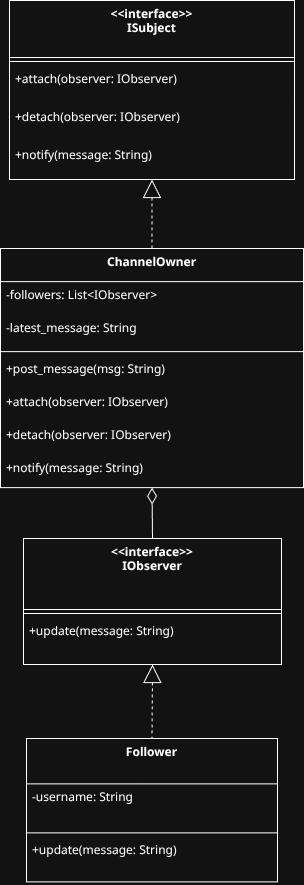
Above: final.drawio.png in NawadeepKhatri123/cs3610_2025f (draw.io), before the change. Source tidied: cells renumbered, new cells last; positions are measured from the earlier drawing's top-left corner, leaving out a move shared by most shapes. Its diagram source:
```xml
<mxGraphModel>
  <root>
    <mxCell id="0" />
    <mxCell id="1" parent="0" />
    <mxCell id="2" value="&lt;&lt;interface&gt;&gt;&#10;ISubject" style="swimlane;fontStyle=1;align=center;verticalAlign=top;horizontal=1;startSize=57;" parent="1" vertex="1">
      <mxGeometry x="9" width="285" height="179" as="geometry" />
    </mxCell>
    <mxCell id="3" style="line;strokeWidth=1;fillColor=none;align=left;verticalAlign=middle;spacingTop=-1;spacingLeft=3;spacingRight=3;labelPosition=right;strokeColor=inherit;" parent="2" vertex="1">
      <mxGeometry y="57" width="285" height="8" as="geometry" />
    </mxCell>
    <mxCell id="4" value="+attach(observer: IObserver)" style="text;strokeColor=none;fillColor=none;align=left;verticalAlign=top;spacingLeft=4;spacingRight=4;overflow=hidden;" parent="2" vertex="1">
      <mxGeometry y="65" width="285" height="38" as="geometry" />
    </mxCell>
    <mxCell id="5" value="+detach(observer: IObserver)" style="text;strokeColor=none;fillColor=none;align=left;verticalAlign=top;spacingLeft=4;spacingRight=4;overflow=hidden;" parent="2" vertex="1">
      <mxGeometry y="103" width="285" height="38" as="geometry" />
    </mxCell>
    <mxCell id="6" value="+notify(message: String)" style="text;strokeColor=none;fillColor=none;align=left;verticalAlign=top;spacingLeft=4;spacingRight=4;overflow=hidden;" parent="2" vertex="1">
      <mxGeometry y="141" width="285" height="38" as="geometry" />
    </mxCell>
    <mxCell id="7" value="&lt;&lt;interface&gt;&gt;&#10;IObserver" style="swimlane;fontStyle=1;align=center;verticalAlign=top;horizontal=1;startSize=71;" parent="1" vertex="1">
      <mxGeometry x="23" y="538" width="258" height="126" as="geometry" />
    </mxCell>
    <mxCell id="8" style="line;strokeWidth=1;fillColor=none;align=left;verticalAlign=middle;spacingTop=-1;spacingLeft=3;spacingRight=3;labelPosition=right;strokeColor=inherit;" parent="7" vertex="1">
      <mxGeometry y="71" width="258" height="8" as="geometry" />
    </mxCell>
    <mxCell id="9" value="+update(message: String)" style="text;strokeColor=none;fillColor=none;align=left;verticalAlign=top;spacingLeft=4;spacingRight=4;overflow=hidden;" parent="7" vertex="1">
      <mxGeometry y="79" width="258" height="47" as="geometry" />
    </mxCell>
    <mxCell id="10" value="ChannelOwner" style="swimlane;fontStyle=1;align=center;verticalAlign=top;horizontal=1;startSize=33.142857142857146;" parent="1" vertex="1">
      <mxGeometry y="248" width="303" height="239.1" as="geometry" />
    </mxCell>
    <mxCell id="11" value="-followers: List&lt;IObserver&gt;" style="text;strokeColor=none;fillColor=none;align=left;verticalAlign=top;spacingLeft=4;spacingRight=4;overflow=hidden;" parent="10" vertex="1">
      <mxGeometry y="33.1" width="303" height="33" as="geometry" />
    </mxCell>
    <mxCell id="12" value="-latest_message: String" style="text;strokeColor=none;fillColor=none;align=left;verticalAlign=top;spacingLeft=4;spacingRight=4;overflow=hidden;" parent="10" vertex="1">
      <mxGeometry y="66.1" width="303" height="33" as="geometry" />
    </mxCell>
    <mxCell id="13" style="line;strokeWidth=1;fillColor=none;align=left;verticalAlign=middle;spacingTop=-1;spacingLeft=3;spacingRight=3;labelPosition=right;strokeColor=inherit;" parent="10" vertex="1">
      <mxGeometry y="99.1" width="303" height="8" as="geometry" />
    </mxCell>
    <mxCell id="14" value="+post_message(msg: String)" style="text;strokeColor=none;fillColor=none;align=left;verticalAlign=top;spacingLeft=4;spacingRight=4;overflow=hidden;" parent="10" vertex="1">
      <mxGeometry y="107.1" width="303" height="33" as="geometry" />
    </mxCell>
    <mxCell id="15" value="+attach(observer: IObserver)" style="text;strokeColor=none;fillColor=none;align=left;verticalAlign=top;spacingLeft=4;spacingRight=4;overflow=hidden;" parent="10" vertex="1">
      <mxGeometry y="140.1" width="303" height="33" as="geometry" />
    </mxCell>
    <mxCell id="16" value="+detach(observer: IObserver)" style="text;strokeColor=none;fillColor=none;align=left;verticalAlign=top;spacingLeft=4;spacingRight=4;overflow=hidden;" parent="10" vertex="1">
      <mxGeometry y="173.1" width="303" height="33" as="geometry" />
    </mxCell>
    <mxCell id="17" value="+notify(message: String)" style="text;strokeColor=none;fillColor=none;align=left;verticalAlign=top;spacingLeft=4;spacingRight=4;overflow=hidden;" parent="10" vertex="1">
      <mxGeometry y="206.1" width="303" height="33" as="geometry" />
    </mxCell>
    <mxCell id="18" value="Follower" style="swimlane;fontStyle=1;align=center;verticalAlign=top;horizontal=1;startSize=45.333333333333336;" parent="1" vertex="1">
      <mxGeometry x="26" y="738" width="251" height="143.3" as="geometry" />
    </mxCell>
    <mxCell id="19" value="-username: String" style="text;strokeColor=none;fillColor=none;align=left;verticalAlign=top;spacingLeft=4;spacingRight=4;overflow=hidden;" parent="18" vertex="1">
      <mxGeometry y="45.3" width="251" height="45" as="geometry" />
    </mxCell>
    <mxCell id="20" style="line;strokeWidth=1;fillColor=none;align=left;verticalAlign=middle;spacingTop=-1;spacingLeft=3;spacingRight=3;labelPosition=right;strokeColor=inherit;" parent="18" vertex="1">
      <mxGeometry y="90.3" width="251" height="8" as="geometry" />
    </mxCell>
    <mxCell id="21" value="+update(message: String)" style="text;strokeColor=none;fillColor=none;align=left;verticalAlign=top;spacingLeft=4;spacingRight=4;overflow=hidden;" parent="18" vertex="1">
      <mxGeometry y="98.3" width="251" height="45" as="geometry" />
    </mxCell>
    <mxCell id="22" style="curved=1;dashed=1;startArrow=block;startSize=16;startFill=0;endArrow=none;exitX=0.5;exitY=1;entryX=0.5;entryY=0;rounded=0;" parent="1" edge="1" source="2" target="10">
      <mxGeometry relative="1" as="geometry" />
    </mxCell>
    <mxCell id="23" style="curved=1;dashed=1;startArrow=block;startSize=16;startFill=0;endArrow=none;exitX=0.5;exitY=1;entryX=0.5;entryY=0;rounded=0;" parent="1" edge="1" source="7" target="18">
      <mxGeometry relative="1" as="geometry" />
    </mxCell>
    <mxCell id="24" style="curved=1;startArrow=diamondThin;startSize=14;startFill=0;endArrow=none;exitX=0.5;exitY=1;entryX=0.5;entryY=0;rounded=0;" parent="1" edge="1" source="10" target="7">
      <mxGeometry relative="1" as="geometry" />
    </mxCell>
  </root>
</mxGraphModel>
```
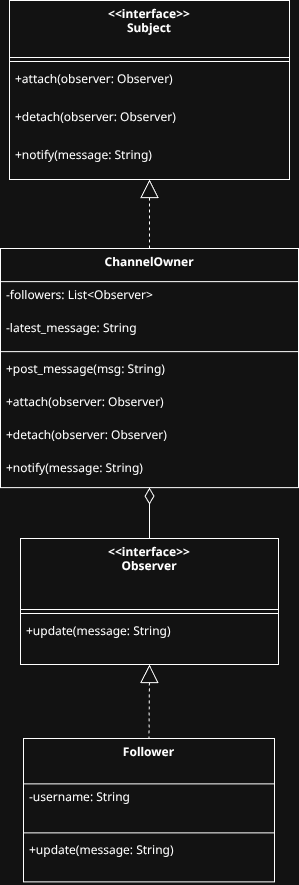
After the commit.

Diff of the diagram source:
```diff
@@ -2,56 +2,56 @@
   <root>
     <mxCell id="0" />
     <mxCell id="1" parent="0" />
-    <mxCell id="2" value="&lt;&lt;interface&gt;&gt;&#10;ISubject" style="swimlane;fontStyle=1;align=center;verticalAlign=top;horizontal=1;startSize=57;" parent="1" vertex="1">
-      <mxGeometry x="9" width="285" height="179" as="geometry" />
-    </mxCell>
-    <mxCell id="3" style="line;strokeWidth=1;fillColor=none;align=left;verticalAlign=middle;spacingTop=-1;spacingLeft=3;spacingRight=3;labelPosition=right;strokeColor=inherit;" parent="2" vertex="1">
-      <mxGeometry y="57" width="285" height="8" as="geometry" />
-    </mxCell>
-    <mxCell id="4" value="+attach(observer: IObserver)" style="text;strokeColor=none;fillColor=none;align=left;verticalAlign=top;spacingLeft=4;spacingRight=4;overflow=hidden;" parent="2" vertex="1">
-      <mxGeometry y="65" width="285" height="38" as="geometry" />
-    </mxCell>
-    <mxCell id="5" value="+detach(observer: IObserver)" style="text;strokeColor=none;fillColor=none;align=left;verticalAlign=top;spacingLeft=4;spacingRight=4;overflow=hidden;" parent="2" vertex="1">
-      <mxGeometry y="103" width="285" height="38" as="geometry" />
-    </mxCell>
-    <mxCell id="6" value="+notify(message: String)" style="text;strokeColor=none;fillColor=none;align=left;verticalAlign=top;spacingLeft=4;spacingRight=4;overflow=hidden;" parent="2" vertex="1">
-      <mxGeometry y="141" width="285" height="38" as="geometry" />
-    </mxCell>
-    <mxCell id="7" value="&lt;&lt;interface&gt;&gt;&#10;IObserver" style="swimlane;fontStyle=1;align=center;verticalAlign=top;horizontal=1;startSize=71;" parent="1" vertex="1">
-      <mxGeometry x="23" y="538" width="258" height="126" as="geometry" />
-    </mxCell>
+    <mxCell id="25" value="&lt;&lt;interface&gt;&gt;&#10;Subject" style="swimlane;fontStyle=1;align=center;verticalAlign=top;horizontal=1;startSize=57;" parent="1" vertex="1">
+      <mxGeometry x="9" y="-40" width="280" height="179" as="geometry" />
+    </mxCell>
+    <mxCell id="26" style="line;strokeWidth=1;fillColor=none;align=left;verticalAlign=middle;spacingTop=-1;spacingLeft=3;spacingRight=3;labelPosition=right;strokeColor=inherit;" parent="25" vertex="1">
+      <mxGeometry y="57" width="280" height="8" as="geometry" />
+    </mxCell>
+    <mxCell id="27" value="+attach(observer: Observer)" style="text;strokeColor=none;fillColor=none;align=left;verticalAlign=top;spacingLeft=4;spacingRight=4;overflow=hidden;" parent="25" vertex="1">
+      <mxGeometry y="65" width="280" height="38" as="geometry" />
+    </mxCell>
+    <mxCell id="28" value="+detach(observer: Observer)" style="text;strokeColor=none;fillColor=none;align=left;verticalAlign=top;spacingLeft=4;spacingRight=4;overflow=hidden;" parent="25" vertex="1">
+      <mxGeometry y="103" width="280" height="38" as="geometry" />
+    </mxCell>
+    <mxCell id="29" value="+notify(message: String)" style="text;strokeColor=none;fillColor=none;align=left;verticalAlign=top;spacingLeft=4;spacingRight=4;overflow=hidden;" parent="25" vertex="1">
+      <mxGeometry y="141" width="280" height="38" as="geometry" />
+    </mxCell>
+    <mxCell id="30" value="&lt;&lt;interface&gt;&gt;&#10;Observer" style="swimlane;fontStyle=1;align=center;verticalAlign=top;horizontal=1;startSize=71;" parent="1" vertex="1">
+      <mxGeometry x="20" y="498" width="258" height="126" as="geometry" />
+    </mxCell>
-    <mxCell id="8" style="line;strokeWidth=1;fillColor=none;align=left;verticalAlign=middle;spacingTop=-1;spacingLeft=3;spacingRight=3;labelPosition=right;strokeColor=inherit;" parent="7" vertex="1">
+    <mxCell id="8" style="line;strokeWidth=1;fillColor=none;align=left;verticalAlign=middle;spacingTop=-1;spacingLeft=3;spacingRight=3;labelPosition=right;strokeColor=inherit;" parent="30" vertex="1">
       <mxGeometry y="71" width="258" height="8" as="geometry" />
     </mxCell>
-    <mxCell id="9" value="+update(message: String)" style="text;strokeColor=none;fillColor=none;align=left;verticalAlign=top;spacingLeft=4;spacingRight=4;overflow=hidden;" parent="7" vertex="1">
+    <mxCell id="9" value="+update(message: String)" style="text;strokeColor=none;fillColor=none;align=left;verticalAlign=top;spacingLeft=4;spacingRight=4;overflow=hidden;" parent="30" vertex="1">
       <mxGeometry y="79" width="258" height="47" as="geometry" />
     </mxCell>
     <mxCell id="10" value="ChannelOwner" style="swimlane;fontStyle=1;align=center;verticalAlign=top;horizontal=1;startSize=33.142857142857146;" parent="1" vertex="1">
-      <mxGeometry y="248" width="303" height="239.1" as="geometry" />
+      <mxGeometry y="208" width="298" height="239.1" as="geometry" />
     </mxCell>
-    <mxCell id="11" value="-followers: List&lt;IObserver&gt;" style="text;strokeColor=none;fillColor=none;align=left;verticalAlign=top;spacingLeft=4;spacingRight=4;overflow=hidden;" parent="10" vertex="1">
-      <mxGeometry y="33.1" width="303" height="33" as="geometry" />
+    <mxCell id="11" value="-followers: List&lt;Observer&gt;" style="text;strokeColor=none;fillColor=none;align=left;verticalAlign=top;spacingLeft=4;spacingRight=4;overflow=hidden;" parent="10" vertex="1">
+      <mxGeometry y="33.1" width="298" height="33" as="geometry" />
     </mxCell>
     <mxCell id="12" value="-latest_message: String" style="text;strokeColor=none;fillColor=none;align=left;verticalAlign=top;spacingLeft=4;spacingRight=4;overflow=hidden;" parent="10" vertex="1">
-      <mxGeometry y="66.1" width="303" height="33" as="geometry" />
+      <mxGeometry y="66.1" width="298" height="33" as="geometry" />
     </mxCell>
-    <mxCell id="13" style="line;strokeWidth=1;fillColor=none;align=left;verticalAlign=middle;spacingTop=-1;spacingLeft=3;spacingRight=3;labelPosition=right;strokeColor=inherit;" parent="10" vertex="1">
-      <mxGeometry y="99.1" width="303" height="8" as="geometry" />
-    </mxCell>
+    <mxCell id="31" style="line;strokeWidth=1;fillColor=none;align=left;verticalAlign=middle;spacingTop=-1;spacingLeft=3;spacingRight=3;labelPosition=right;strokeColor=inherit;" parent="10" vertex="1">
+      <mxGeometry y="99.1" width="298" height="8" as="geometry" />
+    </mxCell>
     <mxCell id="14" value="+post_message(msg: String)" style="text;strokeColor=none;fillColor=none;align=left;verticalAlign=top;spacingLeft=4;spacingRight=4;overflow=hidden;" parent="10" vertex="1">
-      <mxGeometry y="107.1" width="303" height="33" as="geometry" />
+      <mxGeometry y="107.1" width="298" height="33" as="geometry" />
     </mxCell>
-    <mxCell id="15" value="+attach(observer: IObserver)" style="text;strokeColor=none;fillColor=none;align=left;verticalAlign=top;spacingLeft=4;spacingRight=4;overflow=hidden;" parent="10" vertex="1">
-      <mxGeometry y="140.1" width="303" height="33" as="geometry" />
-    </mxCell>
-    <mxCell id="16" value="+detach(observer: IObserver)" style="text;strokeColor=none;fillColor=none;align=left;verticalAlign=top;spacingLeft=4;spacingRight=4;overflow=hidden;" parent="10" vertex="1">
-      <mxGeometry y="173.1" width="303" height="33" as="geometry" />
-    </mxCell>
-    <mxCell id="17" value="+notify(message: String)" style="text;strokeColor=none;fillColor=none;align=left;verticalAlign=top;spacingLeft=4;spacingRight=4;overflow=hidden;" parent="10" vertex="1">
-      <mxGeometry y="206.1" width="303" height="33" as="geometry" />
-    </mxCell>
+    <mxCell id="32" value="+attach(observer: Observer)" style="text;strokeColor=none;fillColor=none;align=left;verticalAlign=top;spacingLeft=4;spacingRight=4;overflow=hidden;" parent="10" vertex="1">
+      <mxGeometry y="140.1" width="298" height="33" as="geometry" />
+    </mxCell>
+    <mxCell id="33" value="+detach(observer: Observer)" style="text;strokeColor=none;fillColor=none;align=left;verticalAlign=top;spacingLeft=4;spacingRight=4;overflow=hidden;" parent="10" vertex="1">
+      <mxGeometry y="173.1" width="298" height="33" as="geometry" />
+    </mxCell>
+    <mxCell id="34" value="+notify(message: String)" style="text;strokeColor=none;fillColor=none;align=left;verticalAlign=top;spacingLeft=4;spacingRight=4;overflow=hidden;" parent="10" vertex="1">
+      <mxGeometry y="206.1" width="298" height="33" as="geometry" />
+    </mxCell>
     <mxCell id="18" value="Follower" style="swimlane;fontStyle=1;align=center;verticalAlign=top;horizontal=1;startSize=45.333333333333336;" parent="1" vertex="1">
-      <mxGeometry x="26" y="738" width="251" height="143.3" as="geometry" />
+      <mxGeometry x="23" y="698" width="251" height="143.3" as="geometry" />
     </mxCell>
     <mxCell id="19" value="-username: String" style="text;strokeColor=none;fillColor=none;align=left;verticalAlign=top;spacingLeft=4;spacingRight=4;overflow=hidden;" parent="18" vertex="1">
       <mxGeometry y="45.3" width="251" height="45" as="geometry" />
@@ -62,14 +62,14 @@
     <mxCell id="21" value="+update(message: String)" style="text;strokeColor=none;fillColor=none;align=left;verticalAlign=top;spacingLeft=4;spacingRight=4;overflow=hidden;" parent="18" vertex="1">
       <mxGeometry y="98.3" width="251" height="45" as="geometry" />
     </mxCell>
-    <mxCell id="22" style="curved=1;dashed=1;startArrow=block;startSize=16;startFill=0;endArrow=none;exitX=0.5;exitY=1;entryX=0.5;entryY=0;rounded=0;" parent="1" edge="1" source="2" target="10">
-      <mxGeometry relative="1" as="geometry" />
-    </mxCell>
-    <mxCell id="23" style="curved=1;dashed=1;startArrow=block;startSize=16;startFill=0;endArrow=none;exitX=0.5;exitY=1;entryX=0.5;entryY=0;rounded=0;" parent="1" edge="1" source="7" target="18">
-      <mxGeometry relative="1" as="geometry" />
-    </mxCell>
-    <mxCell id="24" style="curved=1;startArrow=diamondThin;startSize=14;startFill=0;endArrow=none;exitX=0.5;exitY=1;entryX=0.5;entryY=0;rounded=0;" parent="1" edge="1" source="10" target="7">
-      <mxGeometry relative="1" as="geometry" />
-    </mxCell>
+    <mxCell id="35" style="curved=1;dashed=1;startArrow=block;startSize=16;startFill=0;endArrow=none;exitX=0.5;exitY=1;entryX=0.5;entryY=0;rounded=0;" parent="1" edge="1" source="25" target="10">
+      <mxGeometry relative="1" as="geometry" />
+    </mxCell>
+    <mxCell id="36" style="curved=1;dashed=1;startArrow=block;startSize=16;startFill=0;endArrow=none;exitX=0.5;exitY=1;entryX=0.5;entryY=0;rounded=0;" parent="1" edge="1" source="30" target="18">
+      <mxGeometry relative="1" as="geometry" />
+    </mxCell>
+    <mxCell id="37" style="curved=1;startArrow=diamondThin;startSize=14;startFill=0;endArrow=none;exitX=0.5;exitY=1;entryX=0.5;entryY=0;rounded=0;" parent="1" edge="1" source="10" target="30">
+      <mxGeometry relative="1" as="geometry" />
+    </mxCell>
   </root>
 </mxGraphModel>
```
